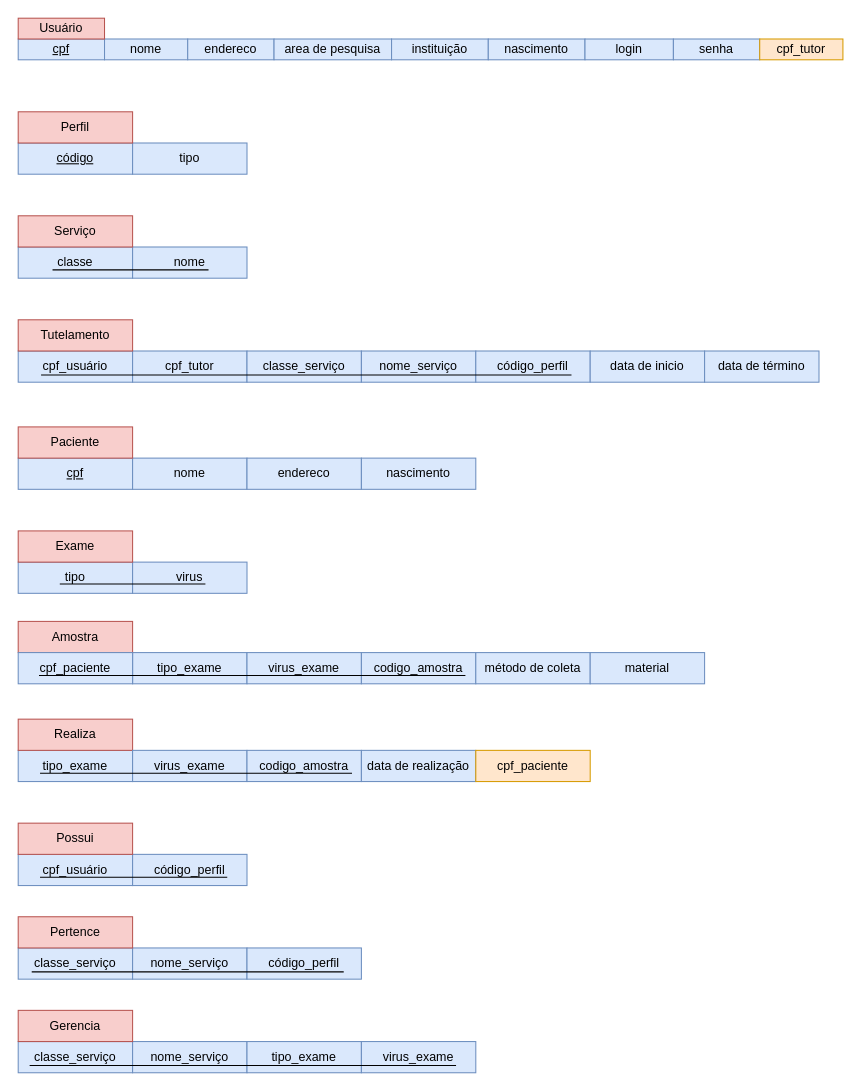
Above: page "Lógico" (2 of 2) of modelo.drawio in rodorgas/labjef (draw.io), before the change. Source tidied: cells renumbered, new cells numbered last; positions are measured from the earlier drawing's top-left corner, leaving out a move shared by most shapes. Both pictures are drawn from the tidied source at 104%, with x=0, y=0 at pixel (18, 18).
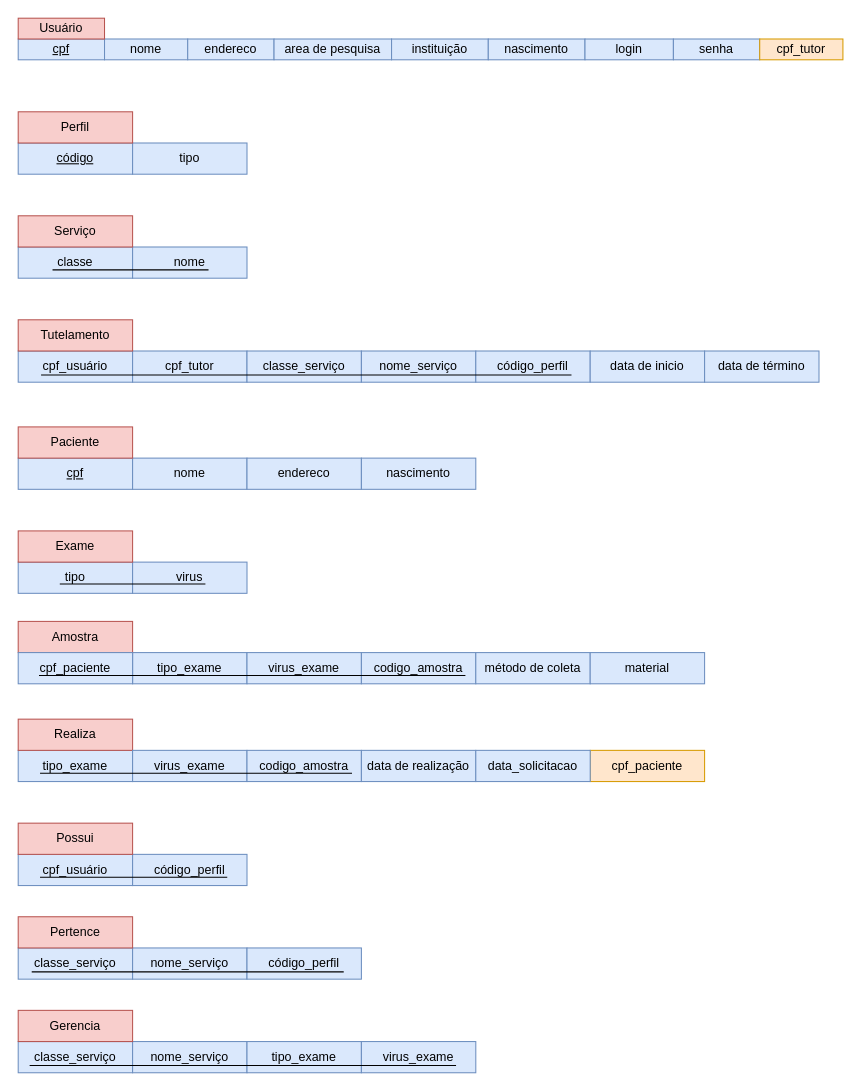
After the change.

Commit message (it also covers changes not shown here):
Update model to include data_de_solicitacao on realiza

Source: https://edisciplinas.usp.br/mod/forum/discuss.php?d=539746

Diff of the diagram source:
```diff
@@
     <mxCell id="51" value="cpf_paciente" style="rounded=0;whiteSpace=wrap;html=1;fillColor=#ffe6cc;strokeColor=#d79b00;" parent="1" vertex="1">
-      <mxGeometry x="440" y="704" width="110" height="30" as="geometry" />
+      <mxGeometry x="550" y="704" width="110" height="30" as="geometry" />
     </mxCell>
@@
+    <mxCell id="67" value="data_solicitacao" style="rounded=0;whiteSpace=wrap;html=1;fillColor=#dae8fc;strokeColor=#6c8ebf;" parent="1" vertex="1">
+      <mxGeometry x="440" y="704" width="110" height="30" as="geometry" />
+    </mxCell>
```
